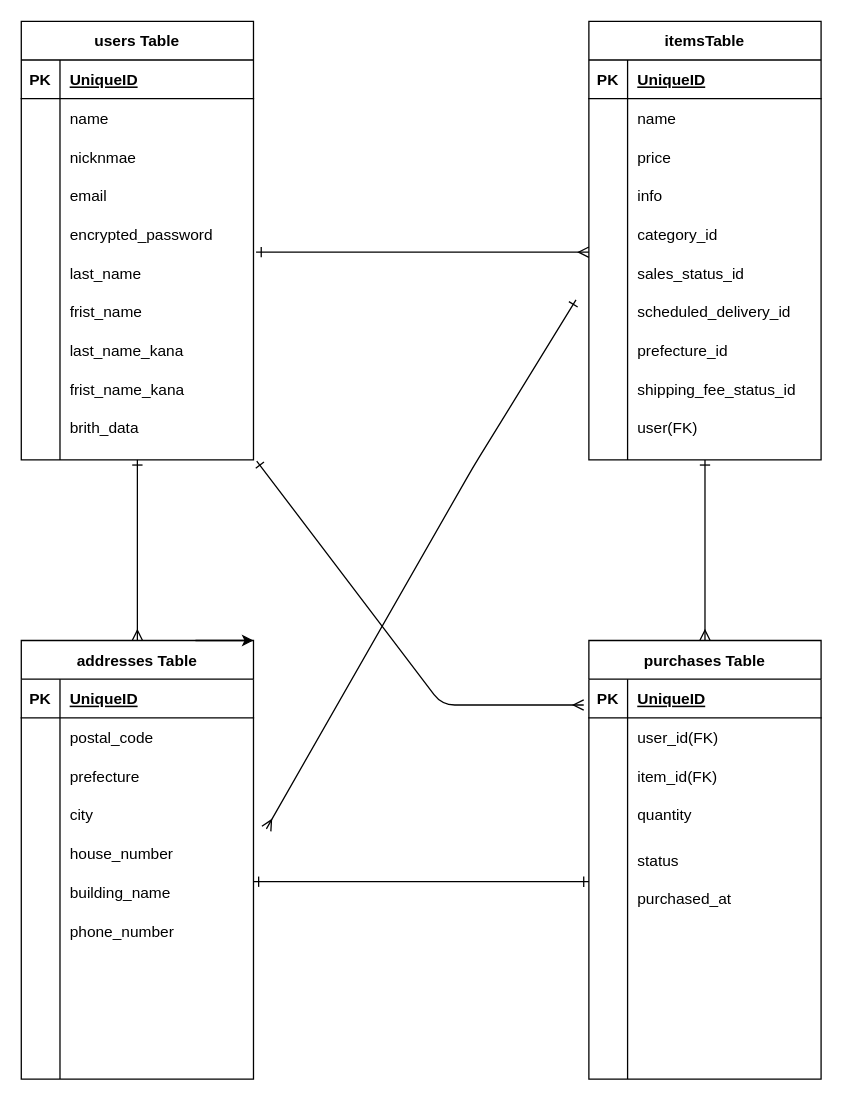
The draw.io diagram ER.dio in d-miyabi/furima-40107, before the edit. Source tidied: cells renumbered, new cells numbered last; positions are measured from the earlier drawing's top-left corner, leaving out a move shared by most shapes. Both pictures are drawn from the tidied source at 129%, with x=0, y=0 at pixel (21, 21).
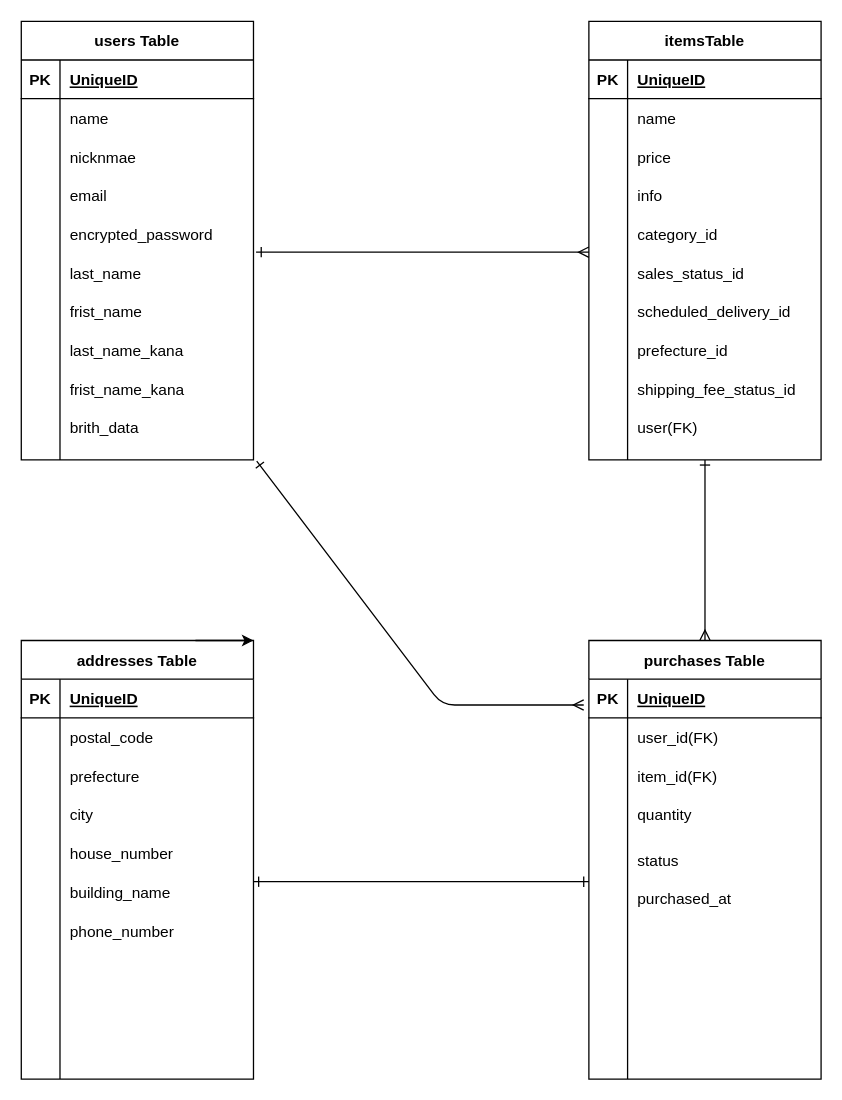
After the change.

Commit message (it also covers changes not shown here):
指摘事項の修正

Unchanged cells that the change refers to:
```xml
<mxCell id="37" value="addresses Table" style="shape=table;startSize=30;childLayout=tableLayout;rowLines=0;fontStyle=1;align=center;" parent="36" vertex="1">
  <mxGeometry width="180" height="340" as="geometry" />
</mxCell>
<mxCell id="59" value="users Table" style="shape=table;startSize=30;childLayout=tableLayout;rowLines=0;fontStyle=1;align=center;" parent="58" vertex="1">
  <mxGeometry width="180" height="340" as="geometry" />
</mxCell>
```

Change to the diagram source:
```diff
@@
-    <mxCell id="86" style="edgeStyle=none;html=1;entryX=0.5;entryY=0;entryDx=0;entryDy=0;startArrow=ERone;startFill=0;endArrow=ERmany;endFill=0;" parent="1" edge="1" source="59" target="37">
-      <mxGeometry relative="1" as="geometry" />
-    </mxCell>
@@
-    <mxCell id="89" style="edgeStyle=none;html=1;startArrow=ERmany;startFill=0;endArrow=ERone;endFill=0;" parent="1" edge="1">
-      <mxGeometry relative="1" as="geometry">
-        <mxPoint x="190" y="626" as="sourcePoint" />
-        <mxPoint x="430" y="216" as="targetPoint" />
-        <Array as="points">
-          <mxPoint x="350" y="346" />
-        </Array>
-      </mxGeometry>
-    </mxCell>
```
